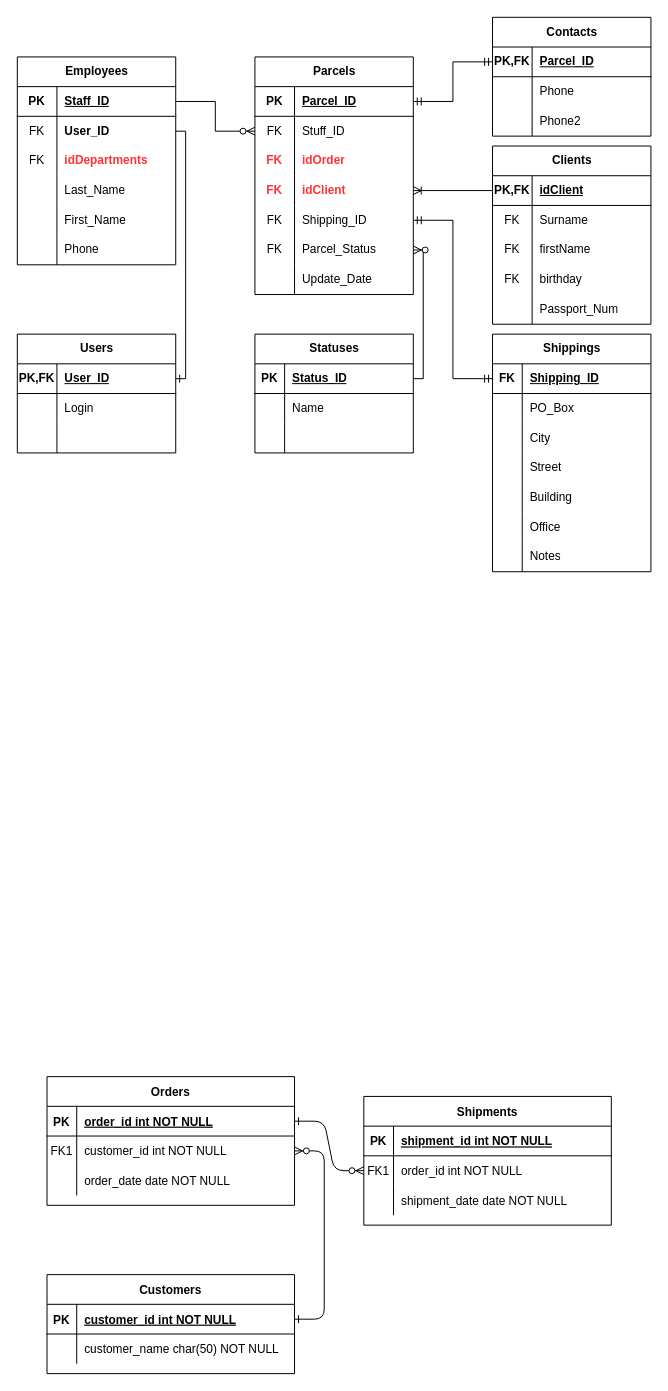
Before: HW DB/DeliveryOrder.drawio in vnukov-vv/AlfaCampus-SA, a draw.io diagram. Source tidied: cells renumbered, new cells numbered last; positions are measured from the earlier drawing's top-left corner, leaving out a move shared by most shapes. Both pictures are drawn from the tidied source at 99%, with x=0, y=0 at pixel (17, 17).
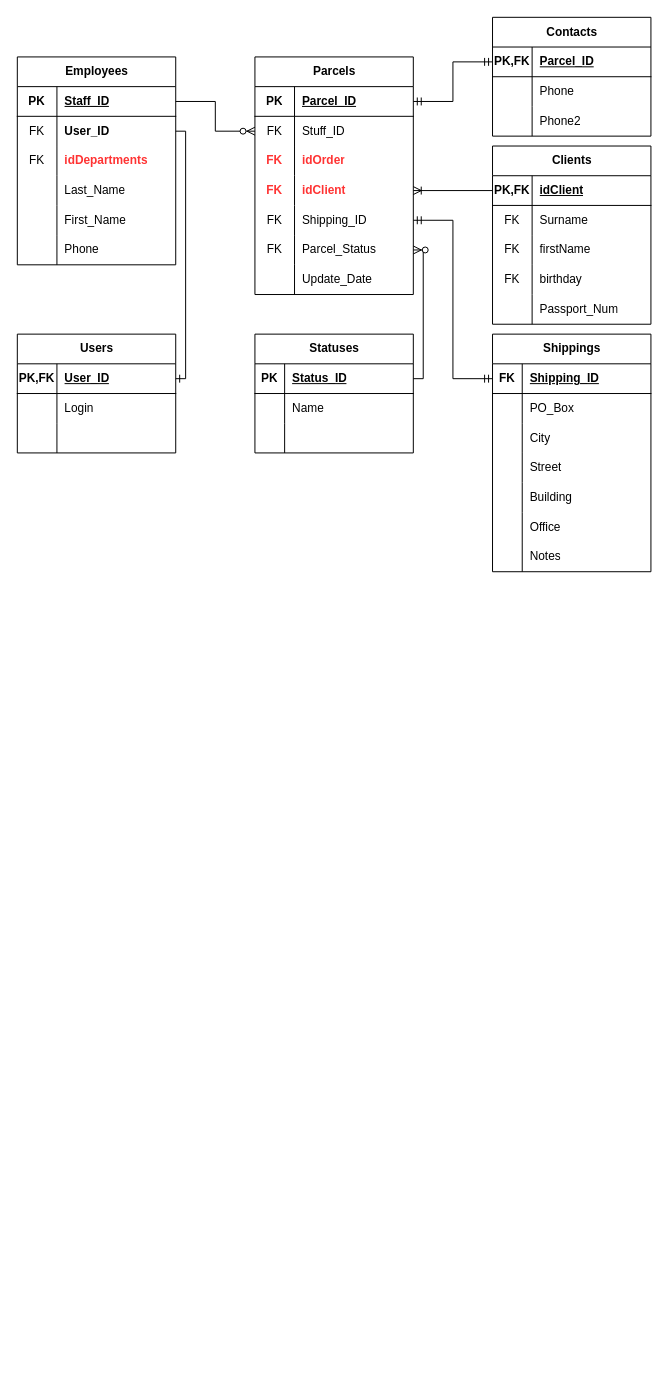
After the change.

Change to the diagram source:
```diff
@@
-    <mxCell id="2" style="edgeStyle=entityRelationEdgeStyle;endArrow=ERzeroToMany;startArrow=ERone;endFill=1;startFill=0;" parent="1" edge="1" source="25" target="8">
-      <mxGeometry relative="1" as="geometry" />
-    </mxCell>
-    <mxCell id="3" style="edgeStyle=entityRelationEdgeStyle;endArrow=ERzeroToMany;startArrow=ERone;endFill=1;startFill=0;" parent="1" edge="1" source="5" target="18">
-      <mxGeometry relative="1" as="geometry" />
-    </mxCell>
-    <mxCell id="4" value="Orders" style="shape=table;startSize=30;childLayout=tableLayout;rowLines=0;fontStyle=1;align=center;" parent="1" vertex="1">
-      <mxGeometry x="30" y="1070" width="250" height="130" as="geometry" />
-    </mxCell>
-    <mxCell id="5" style="shape=partialRectangle;fillColor=none;points=[[0,0.5],[1,0.5]];portConstraint=eastwest;top=0;left=0;right=0;bottom=1;" parent="4" vertex="1">
-      <mxGeometry y="30" width="250" height="30" as="geometry" />
-    </mxCell>
-    <mxCell id="6" value="PK" style="shape=partialRectangle;overflow=hidden;fillColor=none;top=0;left=0;bottom=0;right=0;fontStyle=1;" parent="5" vertex="1">
-      <mxGeometry width="30" height="30" as="geometry" />
-    </mxCell>
-    <mxCell id="7" value="order_id int NOT NULL " style="shape=partialRectangle;overflow=hidden;fillColor=none;top=0;left=0;bottom=0;right=0;align=left;spacingLeft=6;fontStyle=5;" parent="5" vertex="1">
-      <mxGeometry x="30" width="220" height="30" as="geometry" />
-    </mxCell>
-    <mxCell id="8" style="shape=partialRectangle;fillColor=none;points=[[0,0.5],[1,0.5]];portConstraint=eastwest;top=0;left=0;right=0;bottom=0;" parent="4" vertex="1">
-      <mxGeometry y="60" width="250" height="30" as="geometry" />
-    </mxCell>
-    <mxCell id="9" value="FK1" style="shape=partialRectangle;overflow=hidden;fillColor=none;top=0;left=0;bottom=0;right=0;" parent="8" vertex="1">
-      <mxGeometry width="30" height="30" as="geometry" />
-    </mxCell>
-    <mxCell id="10" value="customer_id int NOT NULL" style="shape=partialRectangle;overflow=hidden;fillColor=none;top=0;left=0;bottom=0;right=0;align=left;spacingLeft=6;" parent="8" vertex="1">
-      <mxGeometry x="30" width="220" height="30" as="geometry" />
-    </mxCell>
-    <mxCell id="11" style="shape=partialRectangle;fillColor=none;top=0;left=0;right=0;bottom=0;" parent="4" vertex="1">
-      <mxGeometry y="90" width="250" height="30" as="geometry" />
-    </mxCell>
-    <mxCell id="12" style="shape=partialRectangle;overflow=hidden;fillColor=none;top=0;left=0;bottom=0;right=0;" parent="11" vertex="1">
-      <mxGeometry width="30" height="30" as="geometry" />
-    </mxCell>
-    <mxCell id="13" value="order_date date NOT NULL" style="shape=partialRectangle;overflow=hidden;fillColor=none;top=0;left=0;bottom=0;right=0;align=left;spacingLeft=6;" parent="11" vertex="1">
-      <mxGeometry x="30" width="220" height="30" as="geometry" />
-    </mxCell>
-    <mxCell id="14" value="Shipments" style="shape=table;startSize=30;childLayout=tableLayout;rowLines=0;fontStyle=1;align=center;" parent="1" vertex="1">
-      <mxGeometry x="350" y="1090" width="250" height="130" as="geometry" />
-    </mxCell>
-    <mxCell id="15" style="shape=partialRectangle;fillColor=none;top=0;left=0;right=0;bottom=1;" parent="14" vertex="1">
-      <mxGeometry y="30" width="250" height="30" as="geometry" />
-    </mxCell>
-    <mxCell id="16" value="PK" style="shape=partialRectangle;overflow=hidden;fillColor=none;top=0;left=0;bottom=0;right=0;fontStyle=1;" parent="15" vertex="1">
-      <mxGeometry width="30" height="30" as="geometry" />
-    </mxCell>
-    <mxCell id="17" value="shipment_id int NOT NULL " style="shape=partialRectangle;overflow=hidden;fillColor=none;top=0;left=0;bottom=0;right=0;align=left;spacingLeft=6;fontStyle=5;" parent="15" vertex="1">
-      <mxGeometry x="30" width="220" height="30" as="geometry" />
-    </mxCell>
-    <mxCell id="18" style="shape=partialRectangle;fillColor=none;points=[[0,0.5],[1,0.5]];portConstraint=eastwest;top=0;left=0;right=0;bottom=0;" parent="14" vertex="1">
-      <mxGeometry y="60" width="250" height="30" as="geometry" />
-    </mxCell>
-    <mxCell id="19" value="FK1" style="shape=partialRectangle;overflow=hidden;fillColor=none;top=0;left=0;bottom=0;right=0;" parent="18" vertex="1">
-      <mxGeometry width="30" height="30" as="geometry" />
-    </mxCell>
-    <mxCell id="20" value="order_id int NOT NULL" style="shape=partialRectangle;overflow=hidden;fillColor=none;top=0;left=0;bottom=0;right=0;align=left;spacingLeft=6;" parent="18" vertex="1">
-      <mxGeometry x="30" width="220" height="30" as="geometry" />
-    </mxCell>
-    <mxCell id="21" style="shape=partialRectangle;fillColor=none;top=0;left=0;right=0;bottom=0;" parent="14" vertex="1">
-      <mxGeometry y="90" width="250" height="30" as="geometry" />
-    </mxCell>
-    <mxCell id="22" style="shape=partialRectangle;overflow=hidden;fillColor=none;top=0;left=0;bottom=0;right=0;" parent="21" vertex="1">
-      <mxGeometry width="30" height="30" as="geometry" />
-    </mxCell>
-    <mxCell id="23" value="shipment_date date NOT NULL" style="shape=partialRectangle;overflow=hidden;fillColor=none;top=0;left=0;bottom=0;right=0;align=left;spacingLeft=6;" parent="21" vertex="1">
-      <mxGeometry x="30" width="220" height="30" as="geometry" />
-    </mxCell>
-    <mxCell id="24" value="Customers" style="shape=table;startSize=30;childLayout=tableLayout;rowLines=0;fontStyle=1;align=center;" parent="1" vertex="1">
-      <mxGeometry x="30" y="1270" width="250" height="100" as="geometry" />
-    </mxCell>
-    <mxCell id="25" style="shape=partialRectangle;fillColor=none;points=[[0,0.5],[1,0.5]];portConstraint=eastwest;top=0;left=0;right=0;bottom=1;" parent="24" vertex="1">
-      <mxGeometry y="30" width="250" height="30" as="geometry" />
-    </mxCell>
-    <mxCell id="26" value="PK" style="shape=partialRectangle;overflow=hidden;fillColor=none;top=0;left=0;bottom=0;right=0;fontStyle=1;" parent="25" vertex="1">
-      <mxGeometry width="30" height="30" as="geometry" />
-    </mxCell>
-    <mxCell id="27" value="customer_id int NOT NULL " style="shape=partialRectangle;overflow=hidden;fillColor=none;top=0;left=0;bottom=0;right=0;align=left;spacingLeft=6;fontStyle=5;" parent="25" vertex="1">
-      <mxGeometry x="30" width="220" height="30" as="geometry" />
-    </mxCell>
-    <mxCell id="28" style="shape=partialRectangle;fillColor=none;top=0;left=0;right=0;bottom=0;" parent="24" vertex="1">
-      <mxGeometry y="60" width="250" height="30" as="geometry" />
-    </mxCell>
-    <mxCell id="29" style="shape=partialRectangle;overflow=hidden;fillColor=none;top=0;left=0;bottom=0;right=0;" parent="28" vertex="1">
-      <mxGeometry width="30" height="30" as="geometry" />
-    </mxCell>
-    <mxCell id="30" value="customer_name char(50) NOT NULL" style="shape=partialRectangle;overflow=hidden;fillColor=none;top=0;left=0;bottom=0;right=0;align=left;spacingLeft=6;" parent="28" vertex="1">
-      <mxGeometry x="30" width="220" height="30" as="geometry" />
-    </mxCell>
```
